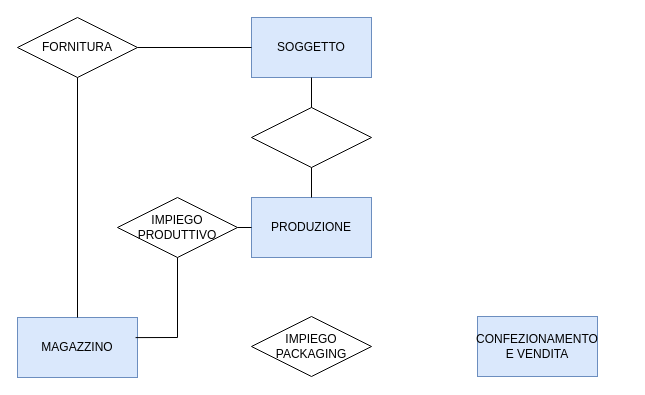
Above: Sezione2.3.drawio in ErmesDaddato/Progetto_basi_dati (draw.io), before the change. Source tidied: cells renumbered, new cells numbered last; positions are measured from the earlier drawing's top-left corner, leaving out a move shared by most shapes. Both pictures are drawn from the tidied source at 100%, with x=0, y=0 at pixel (17, 17).
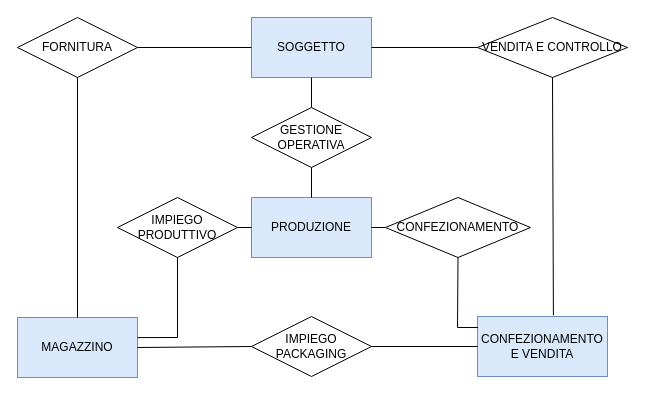
After the change.

Unchanged cells that the change refers to:
```xml
<mxCell id="2" value="SOGGETTO" style="rounded=0;whiteSpace=wrap;html=1;fillColor=#dae8fc;strokeColor=#6c8ebf;" parent="1" vertex="1">
  <mxGeometry x="234" width="120" height="60" as="geometry" />
</mxCell>
<mxCell id="3" value="MAGAZZINO" style="rounded=0;whiteSpace=wrap;html=1;fillColor=#dae8fc;strokeColor=#6c8ebf;" parent="1" vertex="1">
  <mxGeometry y="300" width="120" height="60" as="geometry" />
</mxCell>
<mxCell id="4" value="PRODUZIONE" style="rounded=0;whiteSpace=wrap;html=1;fillColor=#dae8fc;strokeColor=#6c8ebf;" parent="1" vertex="1">
  <mxGeometry x="234" y="180" width="120" height="60" as="geometry" />
</mxCell>
<mxCell id="16" value="IMPIEGO PACKAGING" style="rhombus;whiteSpace=wrap;html=1;shapeInside=1;" parent="1" vertex="1">
  <mxGeometry x="234" y="299" width="120" height="60" as="geometry" />
</mxCell>
```

The edit, as a diff of the source:
```diff
@@
     <mxCell id="5" value="CONFEZIONAMENTO E VENDITA" style="rounded=0;whiteSpace=wrap;html=1;fillColor=#dae8fc;strokeColor=#6c8ebf;" parent="1" vertex="1">
-      <mxGeometry x="460" y="299" width="120" height="60" as="geometry" />
+      <mxGeometry x="460" y="299" width="130" height="60" as="geometry" />
     </mxCell>
@@
-    <mxCell id="7" style="rhombus;whiteSpace=wrap;html=1;shapeInside=1;" parent="1" vertex="1">
+    <mxCell id="7" value="GESTIONE OPERATIVA" style="rhombus;whiteSpace=wrap;html=1;shapeInside=1;" parent="1" vertex="1">
       <mxGeometry x="234" y="90" width="120" height="60" as="geometry" />
     </mxCell>
@@
-    <mxCell id="15" style="endArrow=none;html=1;rounded=0;defaultLabelBackgroundColor=page;labelPadding=0 4;entryX=0.984;entryY=0.335;entryDx=0;entryDy=0;entryPerimeter=0;" parent="1" edge="1" target="3">
+    <mxCell id="15" style="endArrow=none;html=1;rounded=0;defaultLabelBackgroundColor=page;labelPadding=0 4;entryX=1;entryY=0.335;entryDx=0;entryDy=0;entryPerimeter=0;" parent="1" edge="1" target="3">
       <mxGeometry relative="1" as="geometry">
         <mxPoint x="160" y="320" as="sourcePoint" />
       </mxGeometry>
     </mxCell>
@@
+    <mxCell id="17" style="endArrow=none;html=1;rounded=0;defaultLabelBackgroundColor=page;labelPadding=0 4;exitX=1;exitY=0.5;exitDx=0;exitDy=0;entryX=0;entryY=0.5;entryDx=0;entryDy=0;" parent="1" edge="1" source="3" target="16">
+      <mxGeometry relative="1" as="geometry" />
+    </mxCell>
+    <mxCell id="18" style="endArrow=none;html=1;rounded=0;defaultLabelBackgroundColor=page;labelPadding=0 4;exitX=1;exitY=0.5;exitDx=0;exitDy=0;entryX=0;entryY=0.5;entryDx=0;entryDy=0;" parent="1" edge="1" source="16" target="5">
+      <mxGeometry relative="1" as="geometry" />
+    </mxCell>
+    <mxCell id="19" value="CONFEZIONAMENTO" style="rhombus;whiteSpace=wrap;html=1;shapeInside=1;" parent="1" vertex="1">
+      <mxGeometry x="368" y="180" width="145" height="60" as="geometry" />
+    </mxCell>
+    <mxCell id="20" style="endArrow=none;html=1;rounded=0;defaultLabelBackgroundColor=page;labelPadding=0 4;exitX=1;exitY=0.5;exitDx=0;exitDy=0;entryX=0;entryY=0.5;entryDx=0;entryDy=0;" parent="1" edge="1" source="4" target="19">
+      <mxGeometry relative="1" as="geometry" />
+    </mxCell>
+    <mxCell id="21" style="endArrow=none;html=1;rounded=0;defaultLabelBackgroundColor=page;labelPadding=0 4;exitX=0.5;exitY=1;exitDx=0;exitDy=0;" parent="1" edge="1" source="19">
+      <mxGeometry relative="1" as="geometry">
+        <mxPoint x="440" y="310" as="targetPoint" />
+      </mxGeometry>
+    </mxCell>
+    <mxCell id="22" style="endArrow=none;html=1;rounded=0;defaultLabelBackgroundColor=page;labelPadding=0 4;entryX=0.004;entryY=0.184;entryDx=0;entryDy=0;entryPerimeter=0;" parent="1" edge="1" target="5">
+      <mxGeometry relative="1" as="geometry">
+        <mxPoint x="440" y="310" as="sourcePoint" />
+      </mxGeometry>
+    </mxCell>
+    <mxCell id="23" value="VENDITA E CONTROLLO" style="rhombus;whiteSpace=wrap;html=1;shapeInside=1;" parent="1" vertex="1">
+      <mxGeometry x="460" width="150" height="60" as="geometry" />
+    </mxCell>
+    <mxCell id="24" style="endArrow=none;html=1;rounded=0;defaultLabelBackgroundColor=page;labelPadding=0 4;entryX=0;entryY=0.5;entryDx=0;entryDy=0;exitX=1;exitY=0.5;exitDx=0;exitDy=0;" parent="1" edge="1" source="2" target="23">
+      <mxGeometry relative="1" as="geometry" />
+    </mxCell>
+    <mxCell id="25" style="endArrow=none;html=1;rounded=0;defaultLabelBackgroundColor=page;labelPadding=0 4;entryX=0.5;entryY=1;entryDx=0;entryDy=0;exitX=0.584;exitY=-0.02;exitDx=0;exitDy=0;exitPerimeter=0;" parent="1" edge="1" source="5" target="23">
+      <mxGeometry relative="1" as="geometry" />
+    </mxCell>
```
